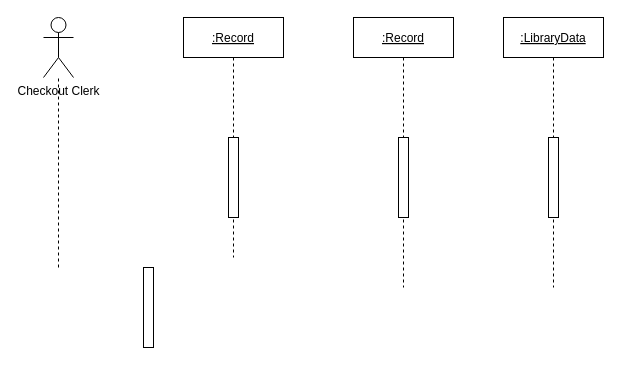
jjleneve/COIS2240A2 keeps this draw.io diagram as Assignment3 Sequence Diagram.drawio. Above is the earlier version. Source tidied: cells renumbered, new cells numbered last; positions are measured from the earlier drawing's top-left corner, leaving out a move shared by most shapes. Both pictures are drawn from the tidied source at 100%, with x=0, y=0 at pixel (43, 17).
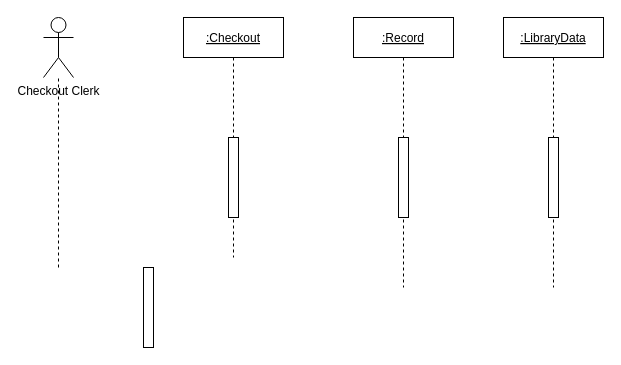
The same diagram, later.

What changed in the source:
```diff
@@
 <mxGraphModel>
   <root>
     <mxCell id="0" />
     <mxCell id="1" parent="0" />
-    <mxCell id="2" value=":Record" style="shape=umlLifeline;perimeter=lifelinePerimeter;rounded=0;shadow=0;strokeWidth=1;size=40;fontStyle=4;" parent="1" vertex="1">
+    <mxCell id="2" value=":Checkout" style="shape=umlLifeline;perimeter=lifelinePerimeter;rounded=0;shadow=0;strokeWidth=1;size=40;fontStyle=4;" parent="1" vertex="1">
       <mxGeometry x="140" width="100" height="240" as="geometry" />
     </mxCell>
     <mxCell id="3" style="perimeter=orthogonalPerimeter;rounded=0;shadow=0;strokeWidth=1;" parent="2" vertex="1">
       <mxGeometry x="45" y="120" width="10" height="80" as="geometry" />
     </mxCell>
     <mxCell id="4" value="Checkout Clerk" style="shape=umlActor;verticalLabelPosition=bottom;verticalAlign=top;html=1;outlineConnect=0;" parent="1" vertex="1">
       <mxGeometry width="30" height="60" as="geometry" />
     </mxCell>
     <mxCell id="5" style="perimeter=orthogonalPerimeter;rounded=0;shadow=0;strokeWidth=1;" parent="1" vertex="1">
       <mxGeometry x="100" y="250" width="10" height="80" as="geometry" />
     </mxCell>
     <mxCell id="6" value=":LibraryData" style="shape=umlLifeline;perimeter=lifelinePerimeter;rounded=0;shadow=0;strokeWidth=1;size=40;fontStyle=4;" parent="1" vertex="1">
       <mxGeometry x="460" width="100" height="270" as="geometry" />
     </mxCell>
     <mxCell id="7" style="perimeter=orthogonalPerimeter;rounded=0;shadow=0;strokeWidth=1;" parent="6" vertex="1">
       <mxGeometry x="45" y="120" width="10" height="80" as="geometry" />
     </mxCell>
     <mxCell id="8" value=":Record" style="shape=umlLifeline;perimeter=lifelinePerimeter;rounded=0;shadow=0;strokeWidth=1;size=40;fontStyle=4;" parent="1" vertex="1">
       <mxGeometry x="310" width="100" height="270" as="geometry" />
     </mxCell>
     <mxCell id="9" style="perimeter=orthogonalPerimeter;rounded=0;shadow=0;strokeWidth=1;" parent="8" vertex="1">
       <mxGeometry x="45" y="120" width="10" height="80" as="geometry" />
     </mxCell>
     <mxCell id="10" style="endArrow=none;dashed=1;html=1;rounded=0;" parent="1" edge="1" target="4">
       <mxGeometry relative="1" as="geometry">
         <mxPoint x="15" y="250" as="sourcePoint" />
       </mxGeometry>
     </mxCell>
   </root>
 </mxGraphModel>
```
